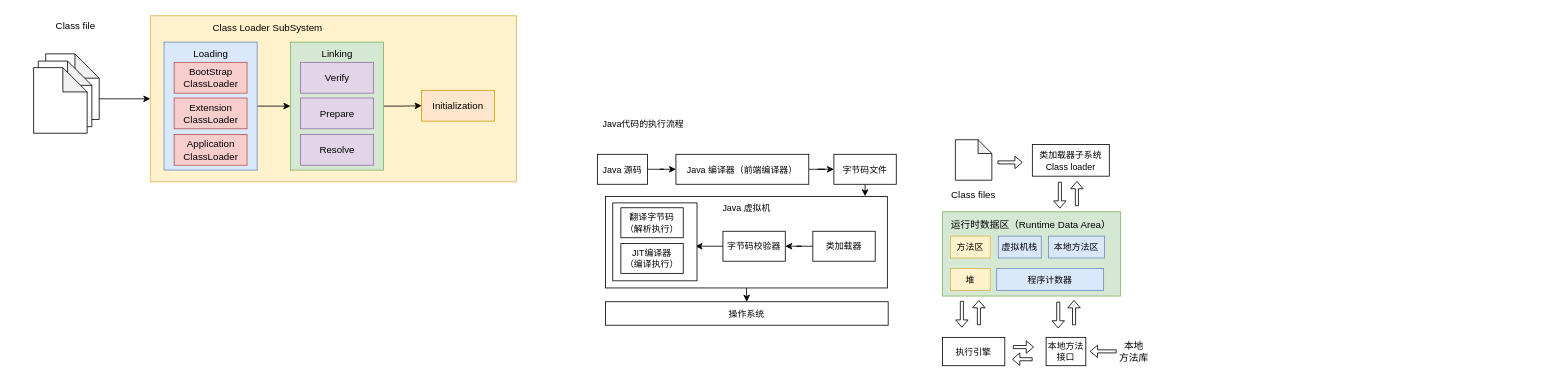
The draw.io diagram JVM.drawio in huyangdev/zhahuo, before the edit. Source tidied: cells renumbered, new cells numbered last; positions are measured from the earlier drawing's top-left corner, leaving out a move shared by most shapes. Both pictures are drawn from the tidied source at 81%, with x=0, y=0 at pixel (14, 14).
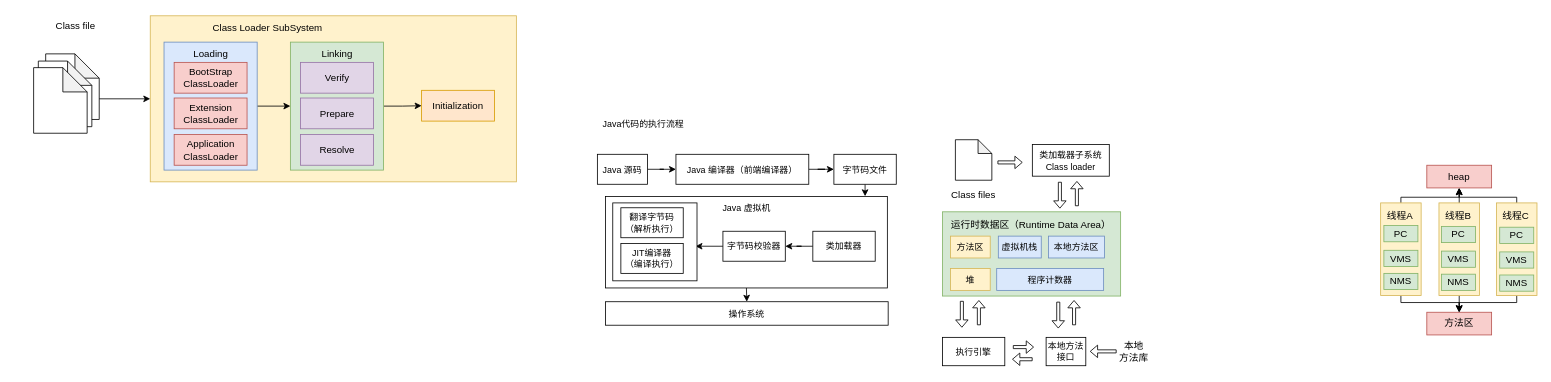
Above is the later version.

Change to the diagram source:
```diff
@@
+    <mxCell id="64" value="heap" style="rounded=0;whiteSpace=wrap;html=1;fillColor=#f8cecc;strokeColor=#b85450;" parent="1" vertex="1">
+      <mxGeometry x="1744" y="186.5" width="80" height="28" as="geometry" />
+    </mxCell>
+    <mxCell id="65" value="方法区" style="rounded=0;whiteSpace=wrap;html=1;fillColor=#f8cecc;strokeColor=#b85450;" parent="1" vertex="1">
+      <mxGeometry x="1744" y="368" width="80" height="28" as="geometry" />
+    </mxCell>
+    <mxCell id="66" style="edgeStyle=orthogonalEdgeStyle;rounded=0;jettySize=auto;html=1;exitX=0.5;exitY=0;exitDx=0;exitDy=0;entryX=0.5;entryY=1;entryDx=0;entryDy=0;" parent="1" edge="1" source="68" target="64">
+      <mxGeometry relative="1" as="geometry">
+        <Array as="points">
+          <mxPoint x="1712" y="226" />
+          <mxPoint x="1784" y="226" />
+        </Array>
+      </mxGeometry>
+    </mxCell>
+    <mxCell id="67" style="edgeStyle=orthogonalEdgeStyle;rounded=0;jettySize=auto;html=1;exitX=0.5;exitY=1;exitDx=0;exitDy=0;" parent="1" edge="1" source="68" target="65">
+      <mxGeometry relative="1" as="geometry">
+        <Array as="points">
+          <mxPoint x="1712" y="356" />
+          <mxPoint x="1784" y="356" />
+        </Array>
+      </mxGeometry>
+    </mxCell>
+    <mxCell id="68" style="rounded=0;whiteSpace=wrap;html=1;fillColor=#fff2cc;strokeColor=#d6b656;" parent="1" vertex="1">
+      <mxGeometry x="1687" y="233" width="50" height="114.4" as="geometry" />
+    </mxCell>
+    <mxCell id="69" value="线程A" style="text;html=1;strokeColor=none;fillColor=none;align=center;verticalAlign=middle;whiteSpace=wrap;rounded=0;" parent="1" vertex="1">
+      <mxGeometry x="1687" y="236" width="48" height="25" as="geometry" />
+    </mxCell>
+    <mxCell id="70" style="edgeStyle=orthogonalEdgeStyle;rounded=0;jettySize=auto;html=1;exitX=0.5;exitY=0;exitDx=0;exitDy=0;" parent="1" edge="1" source="72">
+      <mxGeometry relative="1" as="geometry">
+        <mxPoint x="1784" y="215" as="targetPoint" />
+      </mxGeometry>
+    </mxCell>
+    <mxCell id="71" style="edgeStyle=orthogonalEdgeStyle;rounded=0;jettySize=auto;html=1;exitX=0.5;exitY=1;exitDx=0;exitDy=0;entryX=0.5;entryY=0;entryDx=0;entryDy=0;" parent="1" edge="1" source="72" target="65">
+      <mxGeometry relative="1" as="geometry" />
+    </mxCell>
+    <mxCell id="72" style="rounded=0;whiteSpace=wrap;html=1;fillColor=#fff2cc;strokeColor=#d6b656;" parent="1" vertex="1">
+      <mxGeometry x="1759" y="233" width="50" height="114.4" as="geometry" />
+    </mxCell>
+    <mxCell id="73" value="线程B" style="text;html=1;strokeColor=none;fillColor=none;align=center;verticalAlign=middle;whiteSpace=wrap;rounded=0;" parent="1" vertex="1">
+      <mxGeometry x="1759" y="236" width="48" height="25" as="geometry" />
+    </mxCell>
+    <mxCell id="74" style="edgeStyle=orthogonalEdgeStyle;rounded=0;jettySize=auto;html=1;exitX=0.5;exitY=0;exitDx=0;exitDy=0;entryX=0.5;entryY=1;entryDx=0;entryDy=0;" parent="1" edge="1" source="76" target="64">
+      <mxGeometry relative="1" as="geometry">
+        <Array as="points">
+          <mxPoint x="1855" y="226" />
+          <mxPoint x="1784" y="226" />
+        </Array>
+      </mxGeometry>
+    </mxCell>
+    <mxCell id="75" style="edgeStyle=orthogonalEdgeStyle;rounded=0;jettySize=auto;html=1;exitX=0.5;exitY=1;exitDx=0;exitDy=0;entryX=0.5;entryY=0;entryDx=0;entryDy=0;" parent="1" edge="1" source="76" target="65">
+      <mxGeometry relative="1" as="geometry">
+        <Array as="points">
+          <mxPoint x="1855" y="356" />
+          <mxPoint x="1784" y="356" />
+        </Array>
+      </mxGeometry>
+    </mxCell>
+    <mxCell id="76" style="rounded=0;whiteSpace=wrap;html=1;fillColor=#fff2cc;strokeColor=#d6b656;" parent="1" vertex="1">
+      <mxGeometry x="1830" y="233" width="50" height="114.4" as="geometry" />
+    </mxCell>
+    <mxCell id="77" value="线程C" style="text;html=1;strokeColor=none;fillColor=none;align=center;verticalAlign=middle;whiteSpace=wrap;rounded=0;" parent="1" vertex="1">
+      <mxGeometry x="1830" y="236" width="48" height="25" as="geometry" />
+    </mxCell>
+    <mxCell id="78" value="PC" style="rounded=0;whiteSpace=wrap;html=1;fillColor=#d5e8d4;strokeColor=#82b366;" parent="1" vertex="1">
+      <mxGeometry x="1691" y="261" width="42" height="20" as="geometry" />
+    </mxCell>
+    <mxCell id="79" value="VMS" style="rounded=0;whiteSpace=wrap;html=1;fillColor=#d5e8d4;strokeColor=#82b366;" parent="1" vertex="1">
+      <mxGeometry x="1691" y="291.5" width="42" height="20" as="geometry" />
+    </mxCell>
+    <mxCell id="80" value="NMS" style="rounded=0;whiteSpace=wrap;html=1;fillColor=#d5e8d4;strokeColor=#82b366;" parent="1" vertex="1">
+      <mxGeometry x="1691" y="320" width="42" height="20" as="geometry" />
+    </mxCell>
+    <mxCell id="81" value="PC" style="rounded=0;whiteSpace=wrap;html=1;fillColor=#d5e8d4;strokeColor=#82b366;" parent="1" vertex="1">
+      <mxGeometry x="1762" y="262" width="42" height="20" as="geometry" />
+    </mxCell>
+    <mxCell id="82" value="VMS" style="rounded=0;whiteSpace=wrap;html=1;fillColor=#d5e8d4;strokeColor=#82b366;" parent="1" vertex="1">
+      <mxGeometry x="1762" y="292.5" width="42" height="20" as="geometry" />
+    </mxCell>
+    <mxCell id="83" value="NMS" style="rounded=0;whiteSpace=wrap;html=1;fillColor=#d5e8d4;strokeColor=#82b366;" parent="1" vertex="1">
+      <mxGeometry x="1762" y="321" width="42" height="20" as="geometry" />
+    </mxCell>
+    <mxCell id="84" value="PC" style="rounded=0;whiteSpace=wrap;html=1;fillColor=#d5e8d4;strokeColor=#82b366;" parent="1" vertex="1">
+      <mxGeometry x="1834" y="263" width="42" height="20" as="geometry" />
+    </mxCell>
+    <mxCell id="85" value="VMS" style="rounded=0;whiteSpace=wrap;html=1;fillColor=#d5e8d4;strokeColor=#82b366;" parent="1" vertex="1">
+      <mxGeometry x="1834" y="293.5" width="42" height="20" as="geometry" />
+    </mxCell>
+    <mxCell id="86" value="NMS" style="rounded=0;whiteSpace=wrap;html=1;fillColor=#d5e8d4;strokeColor=#82b366;" parent="1" vertex="1">
+      <mxGeometry x="1834" y="322" width="42" height="20" as="geometry" />
+    </mxCell>
```
